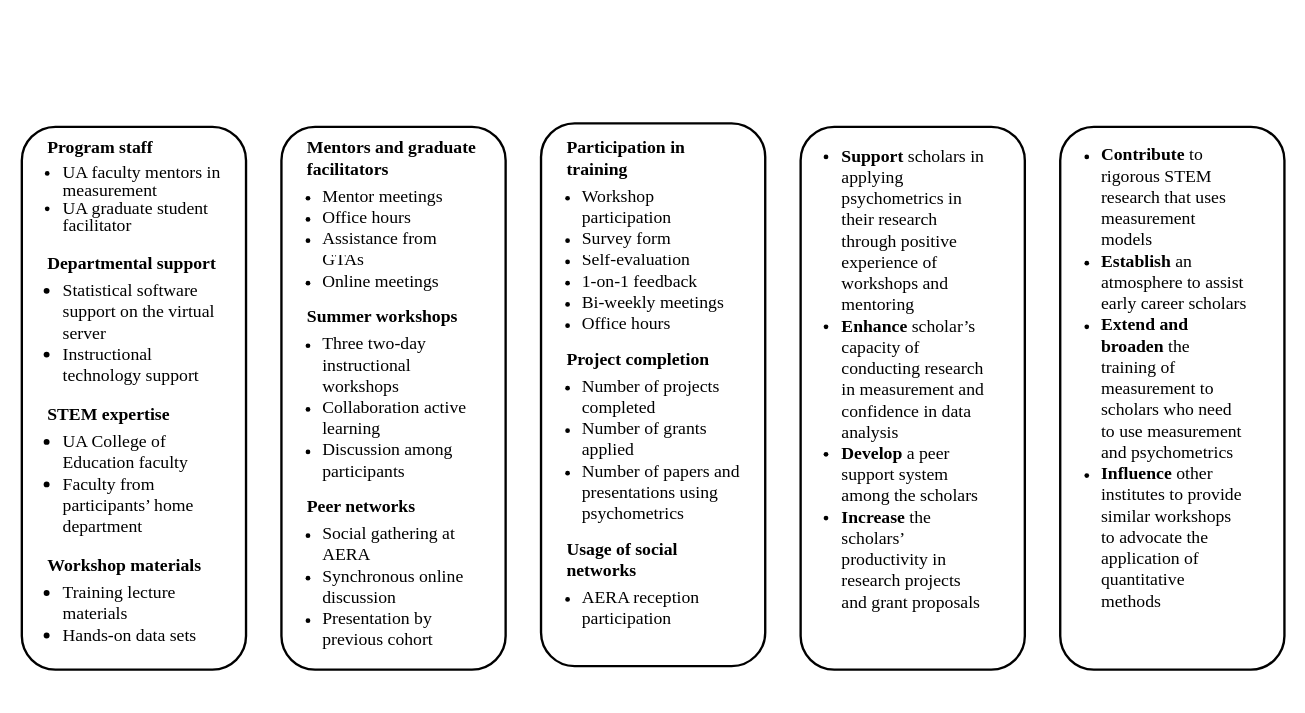
Earlier version of the draw.io diagram NSF2025.drawio (qipengchen/draw_io). Source tidied: cells renumbered, new cells numbered last; positions are measured from the earlier drawing's top-left corner, leaving out a move shared by most shapes. Both pictures are drawn from the tidied source at 118%, with x=0, y=0 at pixel (21, 117).
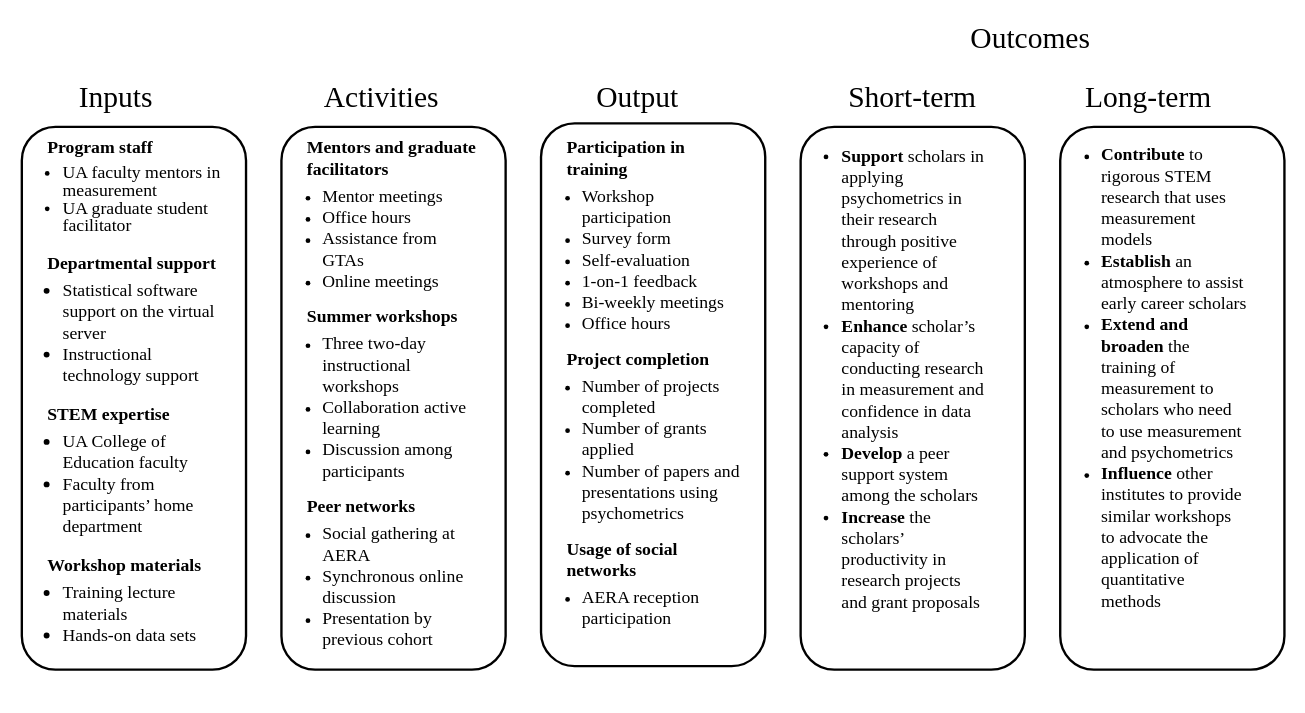
The same diagram, later.

What changed in the source:
```diff
@@
     <mxCell id="2" style="group;" parent="1" vertex="1">
-      <mxGeometry y="8" width="190" height="480" as="geometry" />
+      <mxGeometry y="8" width="230" height="480" as="geometry" />
     </mxCell>
@@
+    <mxCell id="17" value="&lt;font style=&quot;font-size: 25px;&quot; face=&quot;Times New Roman&quot;&gt;Inputs&lt;/font&gt;" style="text;html=1;align=center;verticalAlign=middle;whiteSpace=wrap;rounded=0;" parent="1" vertex="1">
+      <mxGeometry x="50" y="-32" width="60" height="30" as="geometry" />
+    </mxCell>
+    <mxCell id="18" value="&lt;font style=&quot;font-size: 25px;&quot; face=&quot;Times New Roman&quot;&gt;Activities&lt;/font&gt;" style="text;html=1;align=center;verticalAlign=middle;whiteSpace=wrap;rounded=0;" parent="1" vertex="1">
+      <mxGeometry x="260" y="-32" width="90" height="30" as="geometry" />
+    </mxCell>
+    <mxCell id="19" value="&lt;font style=&quot;font-size: 25px;&quot; face=&quot;Times New Roman&quot;&gt;Output&lt;/font&gt;" style="text;html=1;align=center;verticalAlign=middle;whiteSpace=wrap;rounded=0;" parent="1" vertex="1">
+      <mxGeometry x="477" y="-32" width="90" height="30" as="geometry" />
+    </mxCell>
+    <mxCell id="20" value="&lt;font style=&quot;font-size: 25px;&quot; face=&quot;Times New Roman&quot;&gt;Short-term&lt;/font&gt;" style="text;html=1;align=center;verticalAlign=middle;whiteSpace=wrap;rounded=0;" parent="1" vertex="1">
+      <mxGeometry x="690" y="-32" width="130" height="30" as="geometry" />
+    </mxCell>
+    <mxCell id="21" value="&lt;font style=&quot;font-size: 25px;&quot; face=&quot;Times New Roman&quot;&gt;Long-term&lt;/font&gt;" style="text;html=1;align=center;verticalAlign=middle;whiteSpace=wrap;rounded=0;" parent="1" vertex="1">
+      <mxGeometry x="890" y="-32" width="130" height="30" as="geometry" />
+    </mxCell>
+    <mxCell id="22" value="&lt;font style=&quot;font-size: 25px;&quot; face=&quot;Times New Roman&quot;&gt;Outcomes&lt;/font&gt;" style="text;html=1;align=center;verticalAlign=middle;whiteSpace=wrap;rounded=0;" parent="1" vertex="1">
+      <mxGeometry x="790" y="-82" width="130" height="30" as="geometry" />
+    </mxCell>
```
